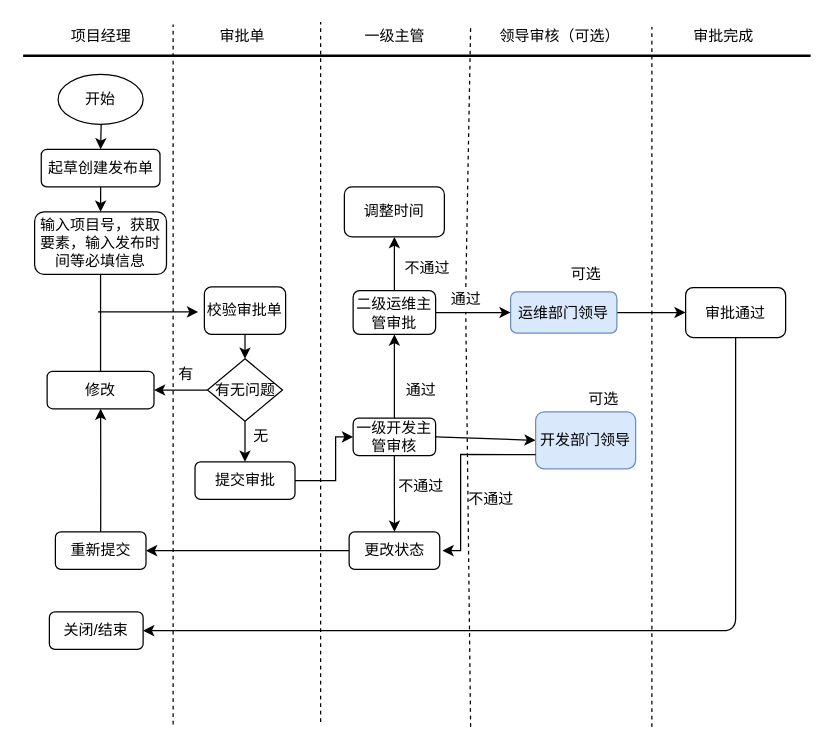
The draw.io diagram src/com/cupd/sharon/Untitled Diagram.drawio in sharonwq/sharon_test, before the edit. Source tidied: cells renumbered, new cells numbered last; positions are measured from the earlier drawing's top-left corner, leaving out a move shared by most shapes. Both pictures are drawn from the tidied source at 125%, with x=0, y=0 at pixel (22, 21).
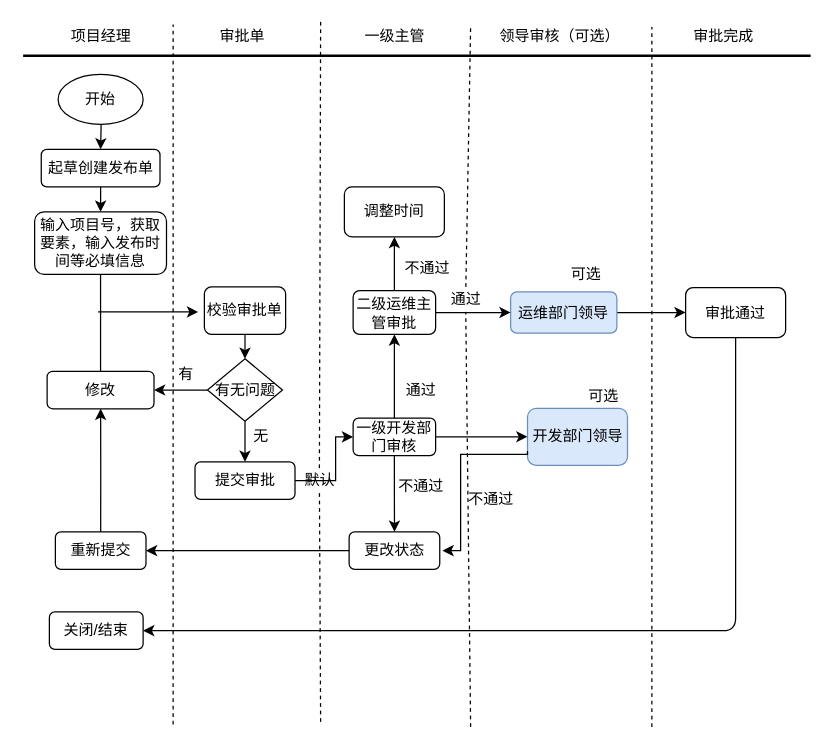
The same page after the edit.

What changed in the source:
```diff
@@
-    <mxCell id="16" value="一级开发主管审核" style="rounded=1;whiteSpace=wrap;html=1;" parent="1" vertex="1">
+    <mxCell id="16" value="一级开发部门审核" style="rounded=1;whiteSpace=wrap;html=1;" parent="1" vertex="1">
       <mxGeometry x="264" y="317" width="66" height="30" as="geometry" />
     </mxCell>
@@
     <mxCell id="21" value="开发部门领导" style="rounded=1;whiteSpace=wrap;html=1;fillColor=#dae8fc;strokeColor=#6c8ebf;" parent="1" vertex="1">
-      <mxGeometry x="410" y="312" width="80" height="45.5" as="geometry" />
+      <mxGeometry x="403.5" y="309.2" width="80" height="45.5" as="geometry" />
     </mxCell>
@@
-    <mxCell id="41" style="endArrow=none;dashed=1;html=1;" parent="1" edge="1">
+    <mxCell id="41" style="endArrow=none;dashed=1;html=1;startArrow=none;" parent="1" edge="1" source="56">
       <mxGeometry relative="1" as="geometry">
-        <mxPoint x="238" y="560" as="sourcePoint" />
         <mxPoint x="238" as="targetPoint" />
       </mxGeometry>
     </mxCell>
@@
     <mxCell id="52" value="可选" style="text;html=1;align=center;verticalAlign=middle;strokeColor=none;" parent="1" vertex="1">
-      <mxGeometry x="443.5" y="292" width="40" height="20" as="geometry" />
+      <mxGeometry x="443.5" y="289.5" width="40" height="20" as="geometry" />
     </mxCell>
@@
+    <mxCell id="56" value="默认" style="text;html=1;align=center;verticalAlign=middle;points=[];strokeColor=none;fillColor=none;" parent="1" vertex="1">
+      <mxGeometry x="217" y="357" width="40" height="20" as="geometry" />
+    </mxCell>
+    <mxCell id="57" style="endArrow=none;dashed=1;html=1;" parent="1" edge="1" target="56">
+      <mxGeometry relative="1" as="geometry">
+        <mxPoint x="238" y="560" as="sourcePoint" />
+      </mxGeometry>
+    </mxCell>
```
